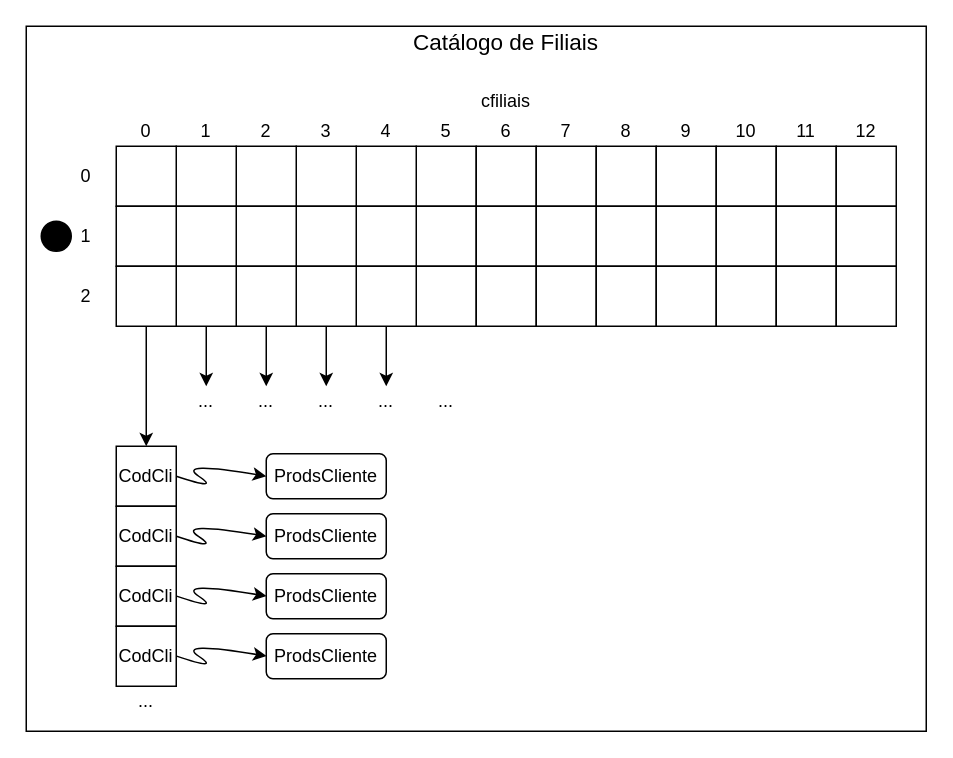
The draw.io diagram projeto_java/relatorio/Cfiliais.drawio in puyol105/LI3, before the edit. Source tidied: cells renumbered, new cells numbered last; positions are measured from the earlier drawing's top-left corner, leaving out a move shared by most shapes. Both pictures are drawn from the tidied source at 150%, with x=0, y=0 at pixel (26, 26).
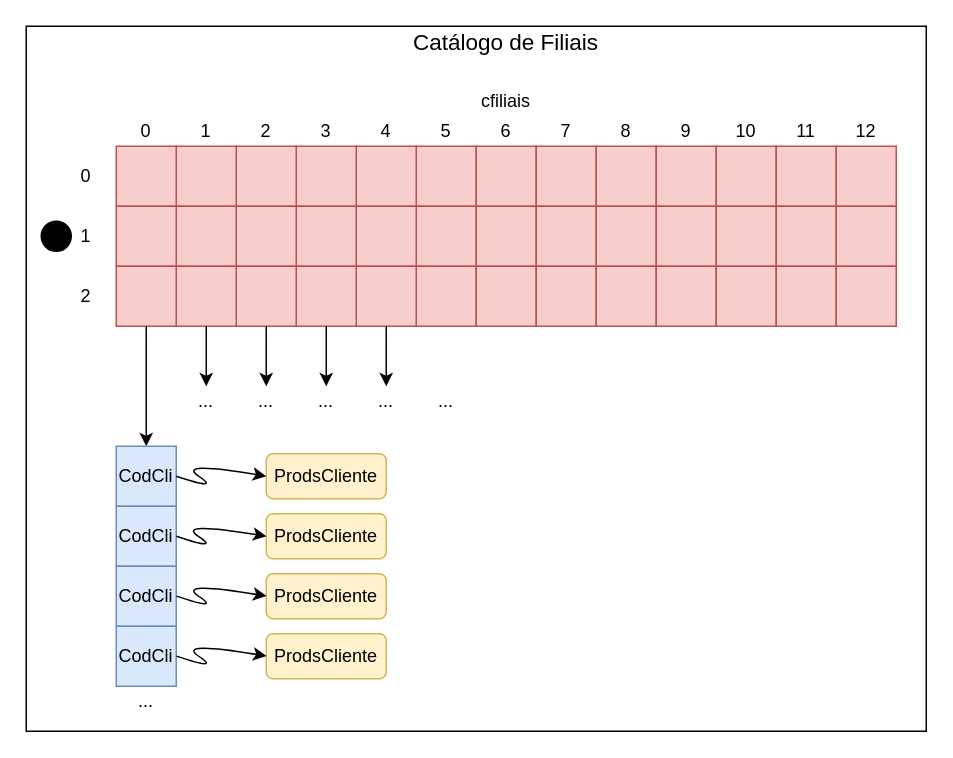
The same page after the edit.

What changed in the source:
```diff
@@
-    <mxCell id="3" style="whiteSpace=wrap;html=1;" parent="1" vertex="1">
+    <mxCell id="3" style="whiteSpace=wrap;html=1;fillColor=#f8cecc;strokeColor=#b85450;" parent="1" vertex="1">
       <mxGeometry x="260" y="80" width="40" height="40" as="geometry" />
     </mxCell>
-    <mxCell id="4" style="whiteSpace=wrap;html=1;" parent="1" vertex="1">
+    <mxCell id="4" style="whiteSpace=wrap;html=1;fillColor=#f8cecc;strokeColor=#b85450;" parent="1" vertex="1">
       <mxGeometry x="300" y="80" width="40" height="40" as="geometry" />
     </mxCell>
@@
-    <mxCell id="6" style="whiteSpace=wrap;html=1;" parent="1" vertex="1">
+    <mxCell id="6" style="whiteSpace=wrap;html=1;fillColor=#f8cecc;strokeColor=#b85450;" parent="1" vertex="1">
       <mxGeometry x="340" y="80" width="40" height="40" as="geometry" />
     </mxCell>
@@
-    <mxCell id="9" style="whiteSpace=wrap;html=1;" parent="1" vertex="1">
+    <mxCell id="9" style="whiteSpace=wrap;html=1;fillColor=#f8cecc;strokeColor=#b85450;" parent="1" vertex="1">
       <mxGeometry x="220" y="80" width="40" height="40" as="geometry" />
     </mxCell>
-    <mxCell id="10" style="whiteSpace=wrap;html=1;" parent="1" vertex="1">
+    <mxCell id="10" style="whiteSpace=wrap;html=1;fillColor=#f8cecc;strokeColor=#b85450;" parent="1" vertex="1">
       <mxGeometry x="180" y="80" width="40" height="40" as="geometry" />
     </mxCell>
-    <mxCell id="11" style="whiteSpace=wrap;html=1;" parent="1" vertex="1">
+    <mxCell id="11" style="whiteSpace=wrap;html=1;fillColor=#f8cecc;strokeColor=#b85450;" parent="1" vertex="1">
       <mxGeometry x="380" y="80" width="40" height="40" as="geometry" />
     </mxCell>
-    <mxCell id="12" style="whiteSpace=wrap;html=1;" parent="1" vertex="1">
+    <mxCell id="12" style="whiteSpace=wrap;html=1;fillColor=#f8cecc;strokeColor=#b85450;" parent="1" vertex="1">
       <mxGeometry x="420" y="80" width="40" height="40" as="geometry" />
     </mxCell>
-    <mxCell id="13" style="whiteSpace=wrap;html=1;" parent="1" vertex="1">
+    <mxCell id="13" style="whiteSpace=wrap;html=1;fillColor=#f8cecc;strokeColor=#b85450;" parent="1" vertex="1">
       <mxGeometry x="460" y="80" width="40" height="40" as="geometry" />
     </mxCell>
-    <mxCell id="14" style="whiteSpace=wrap;html=1;" parent="1" vertex="1">
+    <mxCell id="14" style="whiteSpace=wrap;html=1;fillColor=#f8cecc;strokeColor=#b85450;" parent="1" vertex="1">
       <mxGeometry x="140" y="80" width="40" height="40" as="geometry" />
     </mxCell>
-    <mxCell id="15" style="whiteSpace=wrap;html=1;" parent="1" vertex="1">
+    <mxCell id="15" style="whiteSpace=wrap;html=1;fillColor=#f8cecc;strokeColor=#b85450;" parent="1" vertex="1">
       <mxGeometry x="100" y="80" width="40" height="40" as="geometry" />
     </mxCell>
-    <mxCell id="16" style="whiteSpace=wrap;html=1;" parent="1" vertex="1">
+    <mxCell id="16" style="whiteSpace=wrap;html=1;fillColor=#f8cecc;strokeColor=#b85450;" parent="1" vertex="1">
       <mxGeometry x="500" y="80" width="40" height="40" as="geometry" />
     </mxCell>
-    <mxCell id="17" style="whiteSpace=wrap;html=1;" parent="1" vertex="1">
+    <mxCell id="17" style="whiteSpace=wrap;html=1;fillColor=#f8cecc;strokeColor=#b85450;" parent="1" vertex="1">
       <mxGeometry x="540" y="80" width="40" height="40" as="geometry" />
     </mxCell>
-    <mxCell id="18" style="whiteSpace=wrap;html=1;" parent="1" vertex="1">
+    <mxCell id="18" style="whiteSpace=wrap;html=1;fillColor=#f8cecc;strokeColor=#b85450;" parent="1" vertex="1">
       <mxGeometry x="60" y="80" width="40" height="40" as="geometry" />
     </mxCell>
@@
-    <mxCell id="32" style="whiteSpace=wrap;html=1;" parent="1" vertex="1">
+    <mxCell id="32" style="whiteSpace=wrap;html=1;fillColor=#f8cecc;strokeColor=#b85450;" parent="1" vertex="1">
       <mxGeometry x="260" y="120" width="40" height="40" as="geometry" />
     </mxCell>
-    <mxCell id="33" style="whiteSpace=wrap;html=1;" parent="1" vertex="1">
+    <mxCell id="33" style="whiteSpace=wrap;html=1;fillColor=#f8cecc;strokeColor=#b85450;" parent="1" vertex="1">
       <mxGeometry x="300" y="120" width="40" height="40" as="geometry" />
     </mxCell>
-    <mxCell id="34" style="whiteSpace=wrap;html=1;" parent="1" vertex="1">
+    <mxCell id="34" style="whiteSpace=wrap;html=1;fillColor=#f8cecc;strokeColor=#b85450;" parent="1" vertex="1">
       <mxGeometry x="340" y="120" width="40" height="40" as="geometry" />
     </mxCell>
-    <mxCell id="35" style="whiteSpace=wrap;html=1;" parent="1" vertex="1">
+    <mxCell id="35" style="whiteSpace=wrap;html=1;fillColor=#f8cecc;strokeColor=#b85450;" parent="1" vertex="1">
       <mxGeometry x="220" y="120" width="40" height="40" as="geometry" />
     </mxCell>
-    <mxCell id="36" style="whiteSpace=wrap;html=1;" parent="1" vertex="1">
+    <mxCell id="36" style="whiteSpace=wrap;html=1;fillColor=#f8cecc;strokeColor=#b85450;" parent="1" vertex="1">
       <mxGeometry x="180" y="120" width="40" height="40" as="geometry" />
     </mxCell>
-    <mxCell id="37" style="whiteSpace=wrap;html=1;" parent="1" vertex="1">
+    <mxCell id="37" style="whiteSpace=wrap;html=1;fillColor=#f8cecc;strokeColor=#b85450;" parent="1" vertex="1">
       <mxGeometry x="380" y="120" width="40" height="40" as="geometry" />
     </mxCell>
-    <mxCell id="38" style="whiteSpace=wrap;html=1;" parent="1" vertex="1">
+    <mxCell id="38" style="whiteSpace=wrap;html=1;fillColor=#f8cecc;strokeColor=#b85450;" parent="1" vertex="1">
       <mxGeometry x="420" y="120" width="40" height="40" as="geometry" />
     </mxCell>
-    <mxCell id="39" style="whiteSpace=wrap;html=1;" parent="1" vertex="1">
+    <mxCell id="39" style="whiteSpace=wrap;html=1;fillColor=#f8cecc;strokeColor=#b85450;" parent="1" vertex="1">
       <mxGeometry x="460" y="120" width="40" height="40" as="geometry" />
     </mxCell>
-    <mxCell id="40" style="whiteSpace=wrap;html=1;" parent="1" vertex="1">
+    <mxCell id="40" style="whiteSpace=wrap;html=1;fillColor=#f8cecc;strokeColor=#b85450;" parent="1" vertex="1">
       <mxGeometry x="140" y="120" width="40" height="40" as="geometry" />
     </mxCell>
-    <mxCell id="41" style="whiteSpace=wrap;html=1;" parent="1" vertex="1">
+    <mxCell id="41" style="whiteSpace=wrap;html=1;fillColor=#f8cecc;strokeColor=#b85450;" parent="1" vertex="1">
       <mxGeometry x="100" y="120" width="40" height="40" as="geometry" />
     </mxCell>
-    <mxCell id="42" style="whiteSpace=wrap;html=1;" parent="1" vertex="1">
+    <mxCell id="42" style="whiteSpace=wrap;html=1;fillColor=#f8cecc;strokeColor=#b85450;" parent="1" vertex="1">
       <mxGeometry x="500" y="120" width="40" height="40" as="geometry" />
     </mxCell>
-    <mxCell id="43" style="whiteSpace=wrap;html=1;" parent="1" vertex="1">
+    <mxCell id="43" style="whiteSpace=wrap;html=1;fillColor=#f8cecc;strokeColor=#b85450;" parent="1" vertex="1">
       <mxGeometry x="540" y="120" width="40" height="40" as="geometry" />
     </mxCell>
-    <mxCell id="44" style="whiteSpace=wrap;html=1;" parent="1" vertex="1">
+    <mxCell id="44" style="whiteSpace=wrap;html=1;fillColor=#f8cecc;strokeColor=#b85450;" parent="1" vertex="1">
       <mxGeometry x="60" y="120" width="40" height="40" as="geometry" />
     </mxCell>
-    <mxCell id="45" style="whiteSpace=wrap;html=1;" parent="1" vertex="1">
+    <mxCell id="45" style="whiteSpace=wrap;html=1;fillColor=#f8cecc;strokeColor=#b85450;" parent="1" vertex="1">
       <mxGeometry x="260" y="160" width="40" height="40" as="geometry" />
     </mxCell>
-    <mxCell id="46" style="whiteSpace=wrap;html=1;" parent="1" vertex="1">
+    <mxCell id="46" style="whiteSpace=wrap;html=1;fillColor=#f8cecc;strokeColor=#b85450;" parent="1" vertex="1">
       <mxGeometry x="300" y="160" width="40" height="40" as="geometry" />
     </mxCell>
-    <mxCell id="47" style="whiteSpace=wrap;html=1;" parent="1" vertex="1">
+    <mxCell id="47" style="whiteSpace=wrap;html=1;fillColor=#f8cecc;strokeColor=#b85450;" parent="1" vertex="1">
       <mxGeometry x="340" y="160" width="40" height="40" as="geometry" />
     </mxCell>
-    <mxCell id="48" style="whiteSpace=wrap;html=1;" parent="1" vertex="1">
+    <mxCell id="48" style="whiteSpace=wrap;html=1;fillColor=#f8cecc;strokeColor=#b85450;" parent="1" vertex="1">
       <mxGeometry x="220" y="160" width="40" height="40" as="geometry" />
     </mxCell>
-    <mxCell id="49" style="whiteSpace=wrap;html=1;" parent="1" vertex="1">
+    <mxCell id="49" style="whiteSpace=wrap;html=1;fillColor=#f8cecc;strokeColor=#b85450;" parent="1" vertex="1">
       <mxGeometry x="180" y="160" width="40" height="40" as="geometry" />
     </mxCell>
-    <mxCell id="50" style="whiteSpace=wrap;html=1;" parent="1" vertex="1">
+    <mxCell id="50" style="whiteSpace=wrap;html=1;fillColor=#f8cecc;strokeColor=#b85450;" parent="1" vertex="1">
       <mxGeometry x="380" y="160" width="40" height="40" as="geometry" />
     </mxCell>
-    <mxCell id="51" style="whiteSpace=wrap;html=1;" parent="1" vertex="1">
+    <mxCell id="51" style="whiteSpace=wrap;html=1;fillColor=#f8cecc;strokeColor=#b85450;" parent="1" vertex="1">
       <mxGeometry x="420" y="160" width="40" height="40" as="geometry" />
     </mxCell>
-    <mxCell id="52" style="whiteSpace=wrap;html=1;" parent="1" vertex="1">
+    <mxCell id="52" style="whiteSpace=wrap;html=1;fillColor=#f8cecc;strokeColor=#b85450;" parent="1" vertex="1">
       <mxGeometry x="460" y="160" width="40" height="40" as="geometry" />
     </mxCell>
-    <mxCell id="53" style="whiteSpace=wrap;html=1;" parent="1" vertex="1">
+    <mxCell id="53" style="whiteSpace=wrap;html=1;fillColor=#f8cecc;strokeColor=#b85450;" parent="1" vertex="1">
       <mxGeometry x="140" y="160" width="40" height="40" as="geometry" />
     </mxCell>
-    <mxCell id="54" style="whiteSpace=wrap;html=1;" parent="1" vertex="1">
+    <mxCell id="54" style="whiteSpace=wrap;html=1;fillColor=#f8cecc;strokeColor=#b85450;" parent="1" vertex="1">
       <mxGeometry x="100" y="160" width="40" height="40" as="geometry" />
     </mxCell>
-    <mxCell id="55" style="whiteSpace=wrap;html=1;" parent="1" vertex="1">
+    <mxCell id="55" style="whiteSpace=wrap;html=1;fillColor=#f8cecc;strokeColor=#b85450;" parent="1" vertex="1">
       <mxGeometry x="500" y="160" width="40" height="40" as="geometry" />
     </mxCell>
-    <mxCell id="56" style="whiteSpace=wrap;html=1;" parent="1" vertex="1">
+    <mxCell id="56" style="whiteSpace=wrap;html=1;fillColor=#f8cecc;strokeColor=#b85450;" parent="1" vertex="1">
       <mxGeometry x="540" y="160" width="40" height="40" as="geometry" />
     </mxCell>
-    <mxCell id="57" style="whiteSpace=wrap;html=1;" parent="1" vertex="1">
+    <mxCell id="57" style="whiteSpace=wrap;html=1;fillColor=#f8cecc;strokeColor=#b85450;" parent="1" vertex="1">
       <mxGeometry x="60" y="160" width="40" height="40" as="geometry" />
     </mxCell>
@@
-    <mxCell id="70" value="CodCli" style="whiteSpace=wrap;html=1;" parent="1" vertex="1">
+    <mxCell id="70" value="CodCli" style="whiteSpace=wrap;html=1;fillColor=#dae8fc;strokeColor=#6c8ebf;" parent="1" vertex="1">
       <mxGeometry x="60" y="280" width="40" height="40" as="geometry" />
     </mxCell>
-    <mxCell id="71" value="&lt;span&gt;CodCli&lt;/span&gt;" style="whiteSpace=wrap;html=1;" parent="1" vertex="1">
+    <mxCell id="71" value="&lt;span&gt;CodCli&lt;/span&gt;" style="whiteSpace=wrap;html=1;fillColor=#dae8fc;strokeColor=#6c8ebf;" parent="1" vertex="1">
       <mxGeometry x="60" y="320" width="40" height="40" as="geometry" />
     </mxCell>
-    <mxCell id="72" value="&lt;span&gt;CodCli&lt;/span&gt;" style="whiteSpace=wrap;html=1;" parent="1" vertex="1">
+    <mxCell id="72" value="&lt;span&gt;CodCli&lt;/span&gt;" style="whiteSpace=wrap;html=1;fillColor=#dae8fc;strokeColor=#6c8ebf;" parent="1" vertex="1">
       <mxGeometry x="60" y="360" width="40" height="40" as="geometry" />
     </mxCell>
-    <mxCell id="73" value="&lt;span&gt;CodCli&lt;/span&gt;" style="whiteSpace=wrap;html=1;" parent="1" vertex="1">
+    <mxCell id="73" value="&lt;span&gt;CodCli&lt;/span&gt;" style="whiteSpace=wrap;html=1;fillColor=#dae8fc;strokeColor=#6c8ebf;" parent="1" vertex="1">
       <mxGeometry x="60" y="400" width="40" height="40" as="geometry" />
     </mxCell>
@@
-    <mxCell id="75" value="ProdsCliente" style="rounded=1;whiteSpace=wrap;html=1;" parent="1" vertex="1">
+    <mxCell id="75" value="ProdsCliente" style="rounded=1;whiteSpace=wrap;html=1;fillColor=#fff2cc;strokeColor=#d6b656;" parent="1" vertex="1">
       <mxGeometry x="160" y="285" width="80" height="30" as="geometry" />
     </mxCell>
-    <mxCell id="76" value="ProdsCliente" style="rounded=1;whiteSpace=wrap;html=1;" parent="1" vertex="1">
+    <mxCell id="76" value="ProdsCliente" style="rounded=1;whiteSpace=wrap;html=1;fillColor=#fff2cc;strokeColor=#d6b656;" parent="1" vertex="1">
       <mxGeometry x="160" y="325" width="80" height="30" as="geometry" />
     </mxCell>
-    <mxCell id="77" value="ProdsCliente" style="rounded=1;whiteSpace=wrap;html=1;" parent="1" vertex="1">
+    <mxCell id="77" value="ProdsCliente" style="rounded=1;whiteSpace=wrap;html=1;fillColor=#fff2cc;strokeColor=#d6b656;" parent="1" vertex="1">
       <mxGeometry x="160" y="365" width="80" height="30" as="geometry" />
     </mxCell>
-    <mxCell id="78" value="ProdsCliente" style="rounded=1;whiteSpace=wrap;html=1;" parent="1" vertex="1">
+    <mxCell id="78" value="ProdsCliente" style="rounded=1;whiteSpace=wrap;html=1;fillColor=#fff2cc;strokeColor=#d6b656;" parent="1" vertex="1">
       <mxGeometry x="160" y="405" width="80" height="30" as="geometry" />
     </mxCell>
```
